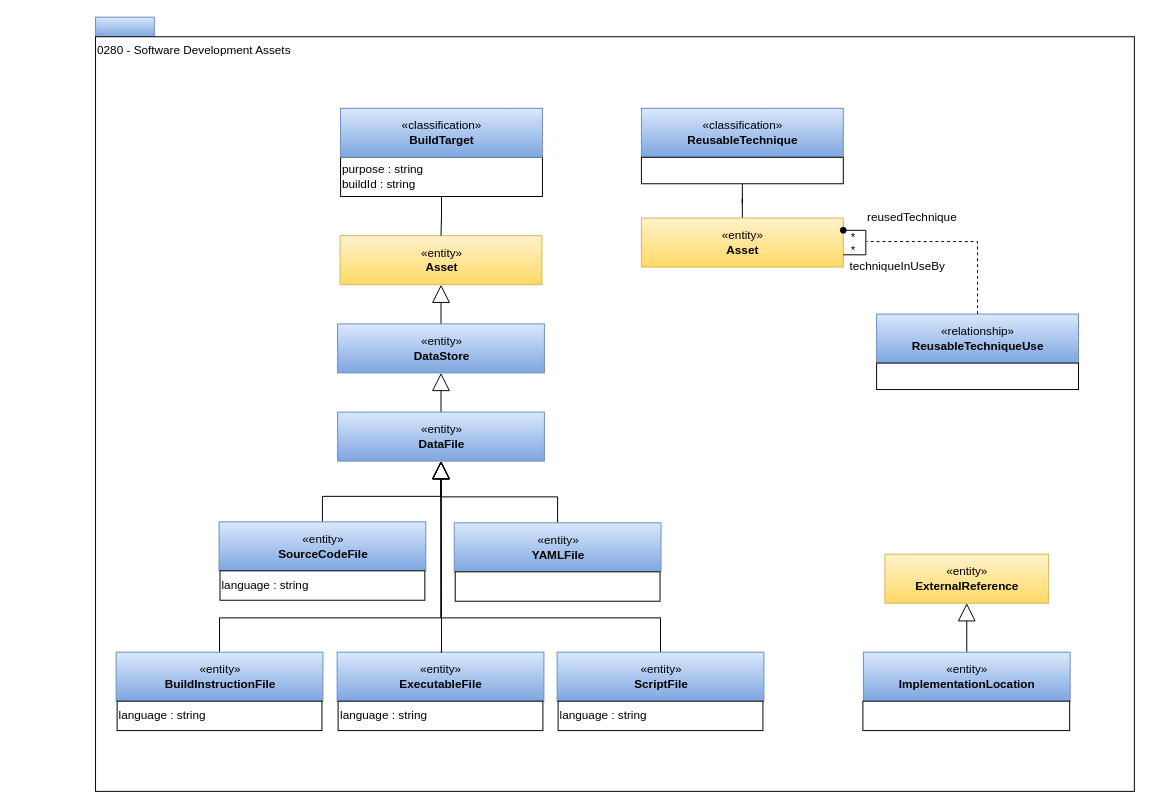
Above: page "0280-Software-Development-Assets" (22 of 25) of site/docs/types/2/area-2-assets.drawio in odpi/egeria-docs (draw.io), before the change. Source tidied: cells renumbered, new cells numbered last; positions are measured from the earlier drawing's top-left corner, leaving out a move shared by most shapes. Both pictures are drawn from the tidied source at 98%, with x=0, y=0 at pixel (95, 17).
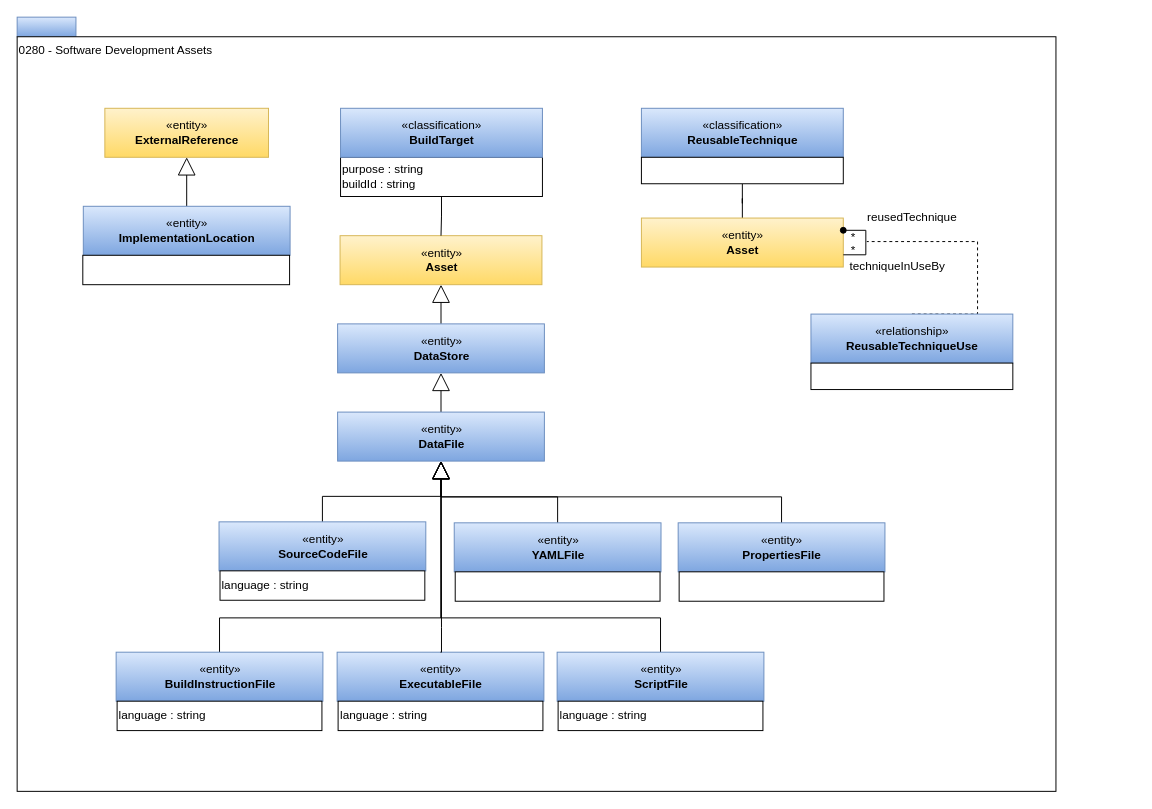
Above is the later version.

The change refers to these unchanged cells:
```xml
<mxCell id="7" value="«entity»&lt;br&gt;&lt;b&gt;DataFile&lt;/b&gt;" style="html=1;strokeColor=#6c8ebf;align=center;fillColor=#dae8fc;gradientColor=#7ea6e0;" parent="1" vertex="1">
  <mxGeometry x="247" y="403" width="211" height="50" as="geometry" />
</mxCell>
```

Diff of the diagram source:
```diff
@@
     <mxCell id="2" style="rounded=0;whiteSpace=wrap;html=1;align=left;fillColor=#dae8fc;strokeColor=#6c8ebf;gradientColor=#7ea6e0;" parent="1" vertex="1">
-      <mxGeometry width="60" height="20" as="geometry" />
+      <mxGeometry x="-80" width="60" height="20" as="geometry" />
     </mxCell>
     <mxCell id="3" value="0280 - Software Development Assets" style="rounded=0;whiteSpace=wrap;html=1;align=left;verticalAlign=top;" parent="1" vertex="1">
-      <mxGeometry y="20" width="1060" height="770" as="geometry" />
+      <mxGeometry x="-80" y="20" width="1060" height="770" as="geometry" />
     </mxCell>
@@
     <mxCell id="15" value="«entity»&lt;br&gt;&lt;b&gt;ExternalReference&lt;/b&gt;" style="html=1;strokeColor=#d6b656;align=center;fillColor=#fff2cc;gradientColor=#ffd966;" parent="1" vertex="1">
-      <mxGeometry x="805.5" y="548" width="167" height="50" as="geometry" />
+      <mxGeometry x="9.5" y="93" width="167" height="50" as="geometry" />
     </mxCell>
@@
     <mxCell id="17" value="«entity»&lt;br&gt;&lt;b&gt;ImplementationLocation&lt;/b&gt;" style="html=1;strokeColor=#6c8ebf;align=center;fillColor=#dae8fc;gradientColor=#7ea6e0;" parent="1" vertex="1">
-      <mxGeometry x="783.5" y="648" width="211" height="50" as="geometry" />
+      <mxGeometry x="-12.5" y="193" width="211" height="50" as="geometry" />
     </mxCell>
@@
     <mxCell id="21" value="«relationship»&lt;br&gt;&lt;b&gt;ReusableTechniqueUse&lt;/b&gt;" style="html=1;strokeColor=#6c8ebf;align=center;fillColor=#dae8fc;gradientColor=#7ea6e0;" parent="1" vertex="1">
-      <mxGeometry x="797" y="303" width="206" height="50" as="geometry" />
+      <mxGeometry x="730" y="303" width="206" height="50" as="geometry" />
     </mxCell>
     <mxCell id="22" value="&lt;br&gt;&lt;div style=&quot;text-align: left&quot;&gt;&lt;/div&gt;" style="rounded=0;whiteSpace=wrap;html=1;strokeColor=#000000;gradientColor=#ffffff;align=left;" parent="1" vertex="1">
-      <mxGeometry x="797" y="353" width="206" height="27" as="geometry" />
+      <mxGeometry x="730" y="353" width="206" height="27" as="geometry" />
     </mxCell>
@@
     <mxCell id="24" value="&amp;nbsp;" style="rounded=0;whiteSpace=wrap;html=1;strokeColor=#000000;gradientColor=#ffffff;align=left;" parent="1" vertex="1">
-      <mxGeometry x="783" y="698" width="211" height="30" as="geometry" />
+      <mxGeometry x="-13" y="243" width="211" height="30" as="geometry" />
     </mxCell>
@@
+    <mxCell id="43" style="edgeStyle=orthogonalEdgeStyle;rounded=0;jettySize=auto;html=1;exitX=0.5;exitY=0;exitDx=0;exitDy=0;entryX=0.5;entryY=1;entryDx=0;entryDy=0;startSize=12;endArrow=block;endFill=0;endSize=16;" parent="1" edge="1" source="44" target="7">
+      <mxGeometry relative="1" as="geometry" />
+    </mxCell>
+    <mxCell id="44" value="«entity»&lt;br&gt;&lt;b&gt;PropertiesFile&lt;/b&gt;" style="html=1;strokeColor=#6c8ebf;align=center;fillColor=#dae8fc;gradientColor=#7ea6e0;" parent="1" vertex="1">
+      <mxGeometry x="594.5" y="516" width="211" height="50" as="geometry" />
+    </mxCell>
+    <mxCell id="45" style="rounded=0;whiteSpace=wrap;html=1;strokeColor=#000000;gradientColor=#ffffff;align=left;" parent="1" vertex="1">
+      <mxGeometry x="595.5" y="566" width="209" height="30" as="geometry" />
+    </mxCell>
```
